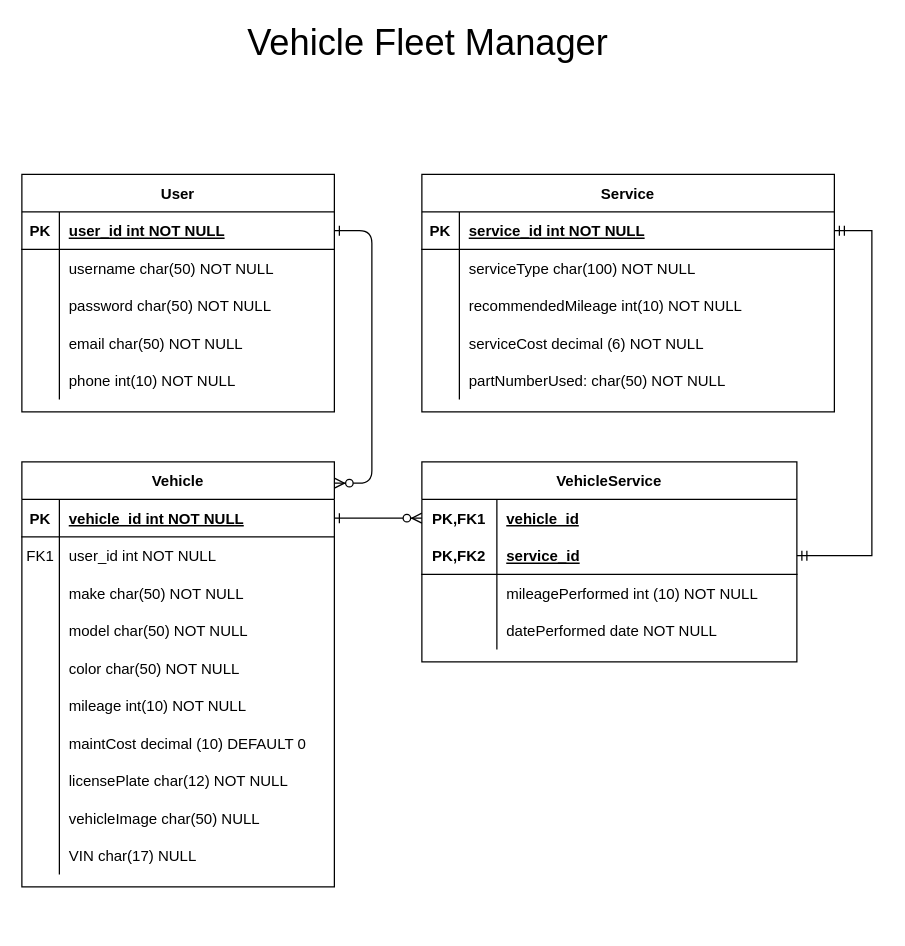
Above: Documentation/Fleet_Manager_ERD.drawio in matthewkeplinger/Capstone_Fleet_Backend (draw.io), before the change. Source tidied: cells renumbered, new cells numbered last; positions are measured from the earlier drawing's top-left corner, leaving out a move shared by most shapes. Both pictures are drawn from the tidied source at 125%, with x=0, y=0 at pixel (21, 24).
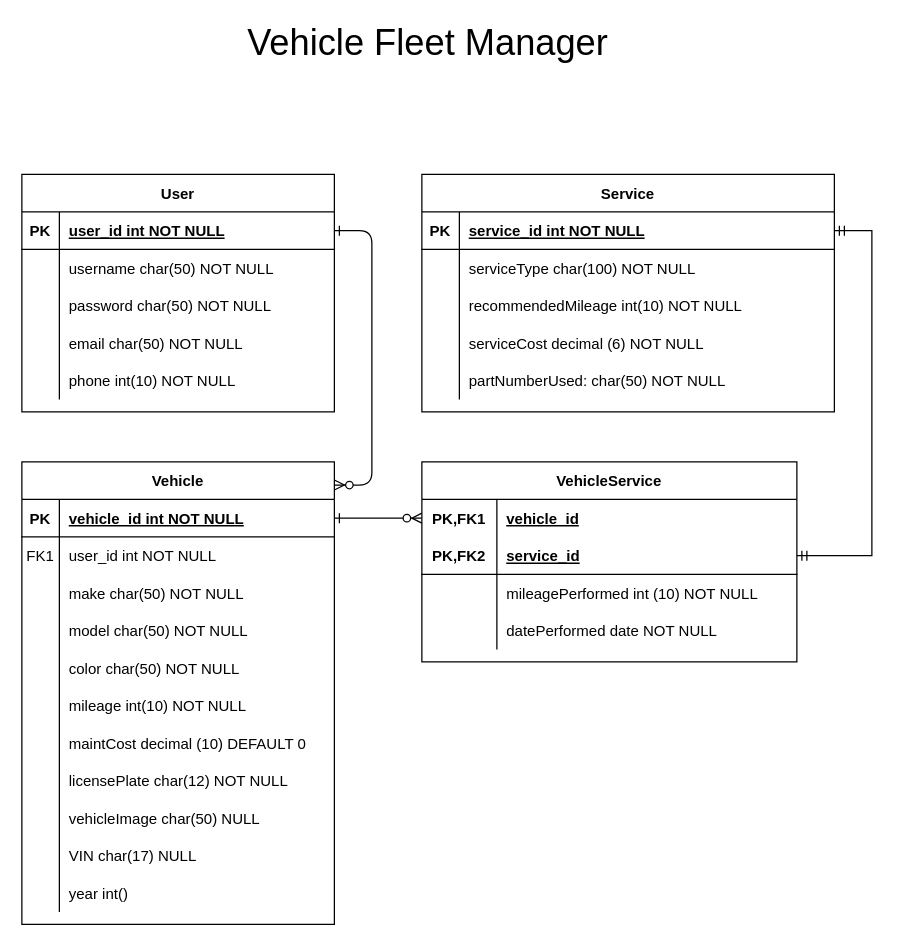
Above is the later version.

What changed in the source:
```diff
@@
     <mxCell id="4" value="Vehicle" style="shape=table;startSize=30;childLayout=tableLayout;rowLines=0;fontStyle=1;align=center;" parent="1" vertex="1">
-      <mxGeometry y="350" width="250" height="340" as="geometry" />
+      <mxGeometry y="350" width="250" height="370" as="geometry" />
     </mxCell>
@@
+    <mxCell id="82" style="shape=partialRectangle;fillColor=none;top=0;left=0;right=0;bottom=0;" parent="4" vertex="1">
+      <mxGeometry y="330" width="250" height="30" as="geometry" />
+    </mxCell>
+    <mxCell id="83" style="shape=partialRectangle;overflow=hidden;fillColor=none;top=0;left=0;bottom=0;right=0;" parent="82" vertex="1">
+      <mxGeometry width="30" height="30" as="geometry" />
+    </mxCell>
+    <mxCell id="84" value="year int()" style="shape=partialRectangle;overflow=hidden;fillColor=none;top=0;left=0;bottom=0;right=0;align=left;spacingLeft=6;" parent="82" vertex="1">
+      <mxGeometry x="30" width="220" height="30" as="geometry" />
+    </mxCell>
```
